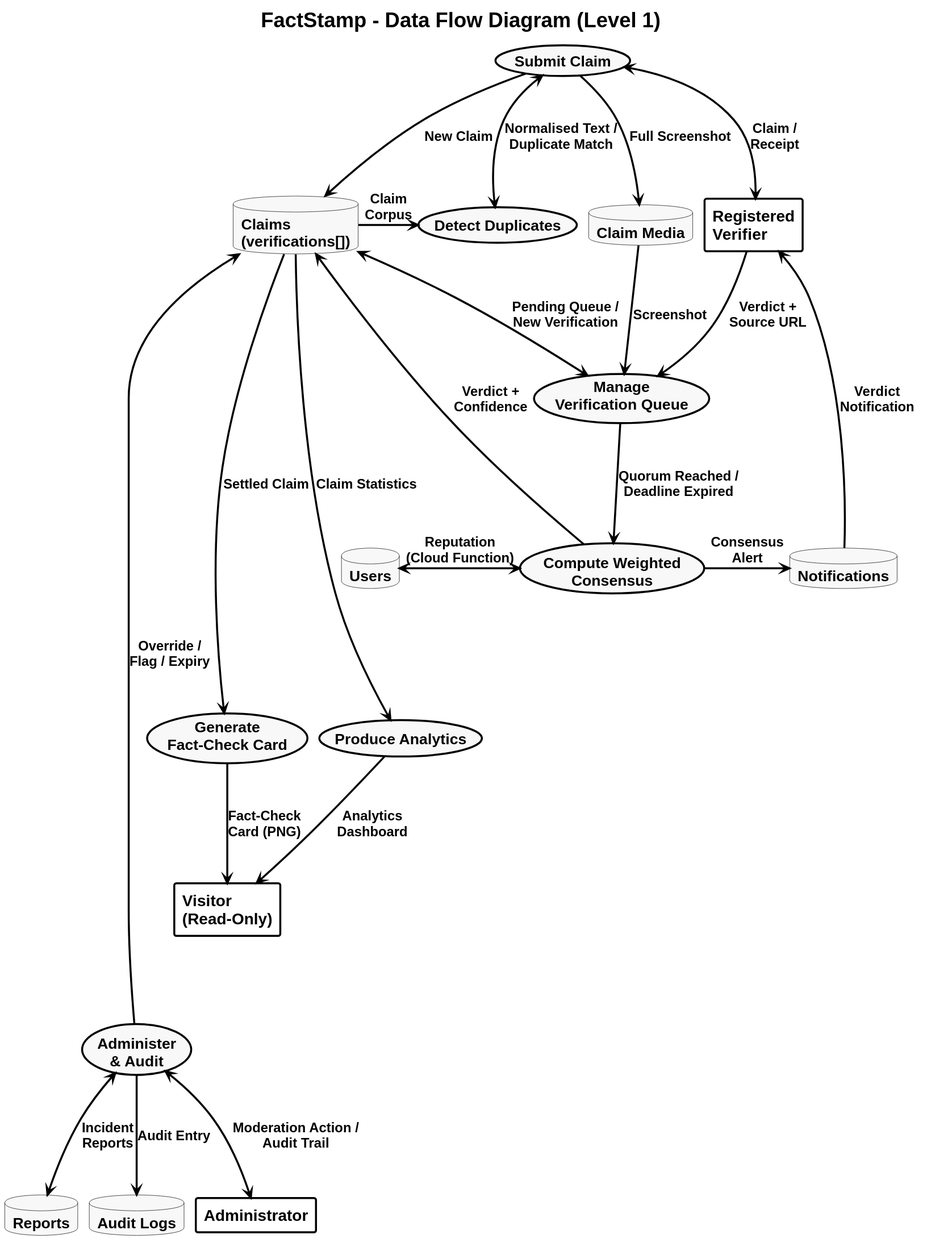
Earlier version of the PlantUML export FactStamp/main_blackbook/03_Requirements_and_Analysis/attachments/dfd_level_1.svg (aadish0day/typst).
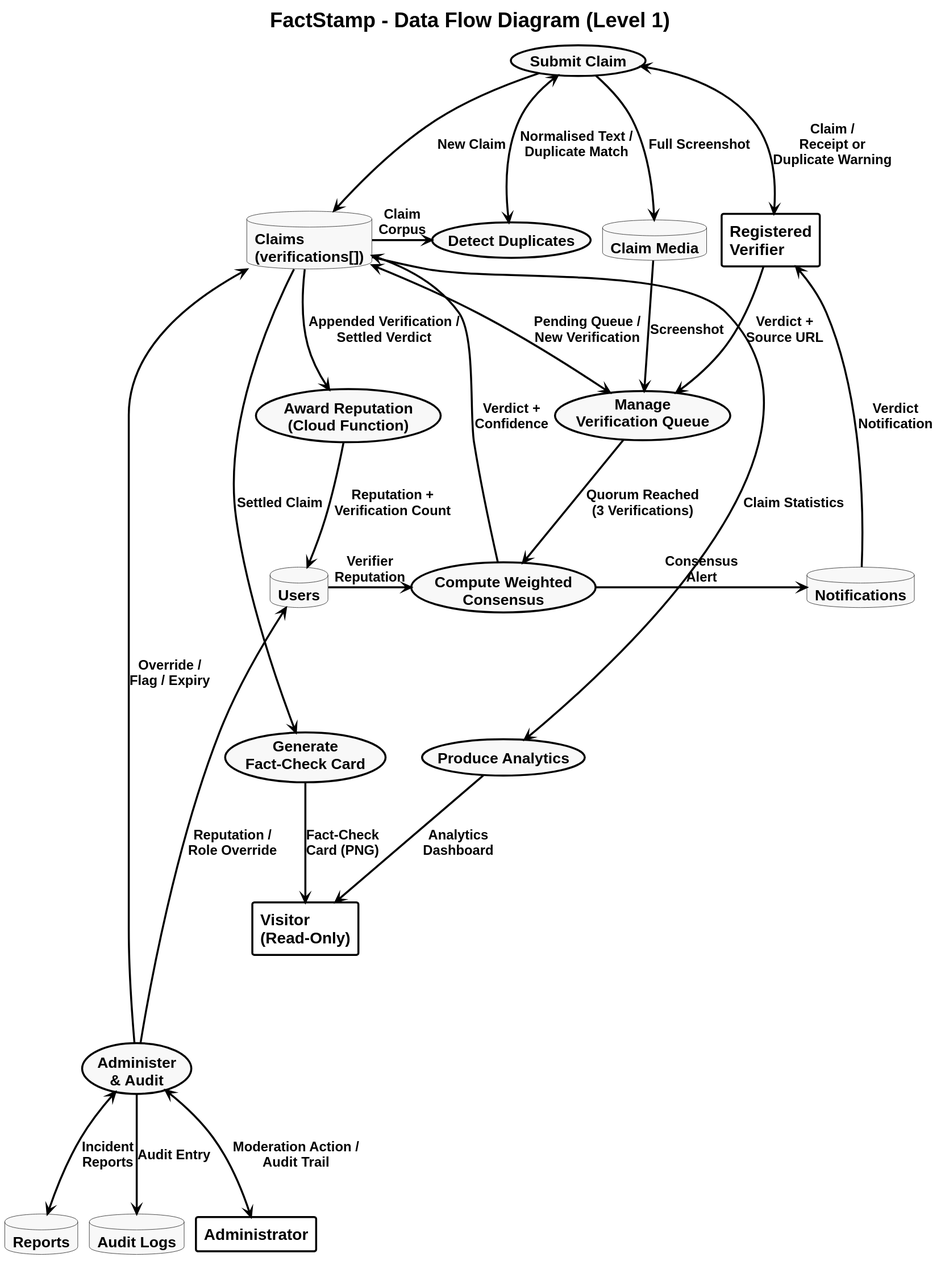
The same file after the commit.

The edit, as a diff of the source:
```diff
@@ -43,6 +43,7 @@
 usecase "Manage\nVerification Queue" as P3
 usecase "Compute Weighted\nConsensus" as P4
 database "Users" as D2
+usecase "Award Reputation\n(Cloud Function)" as P8
 database "Notifications" as D3
 usecase "Produce Analytics" as P6
 usecase "Generate\nFact-Check Card" as P5
@@ -58,7 +59,7 @@
 P4  -[hidden]down- P6
 VIS -[hidden]down- P7
 
-P1 <-right-> VER : "Claim /\nReceipt"
+P1 <-right-> VER : "Claim /\nReceipt or\nDuplicate Warning"
 P1  <--> P2 : "Normalised Text /\nDuplicate Match"
 P1  --> D1 : "New Claim"
 P1  --> D6 : "Full Screenshot"
@@ -67,11 +68,14 @@
 VER --> P3 : "Verdict +\nSource URL"
 D1  <--> P3 : "Pending Queue /\nNew Verification"
 D6  --> P3 : "Screenshot"
-P3  --> P4 : "Quorum Reached /\nDeadline Expired"
-D2  <-[norank]-> P4 : "Reputation\n(Cloud Function)"
+P3  --> P4 : "Quorum Reached\n(3 Verifications)"
+D2  -[norank]-> P4 : "Verifier\nReputation"
 D1 <-- P4 : "Verdict +\nConfidence"
 P4  -right-> D3 : "Consensus\nAlert"
 VER <-- D3 : "Verdict\nNotification"
+
+D1  --> P8 : "Appended Verification /\nSettled Verdict"
+P8  --> D2 : "Reputation +\nVerification Count"
 
 D1  --> P5 : "Settled Claim"
 D1  --> P6 : "Claim Statistics"
@@ -82,4 +86,5 @@
 P7  <--> D4 : "Incident\nReports"
 P7  --> D5 : "Audit Entry"
 D1 <-- P7 : "Override /\nFlag / Expiry"
+D2 <-[norank]- P7 : "Reputation /\nRole Override"
 @enduml
```
